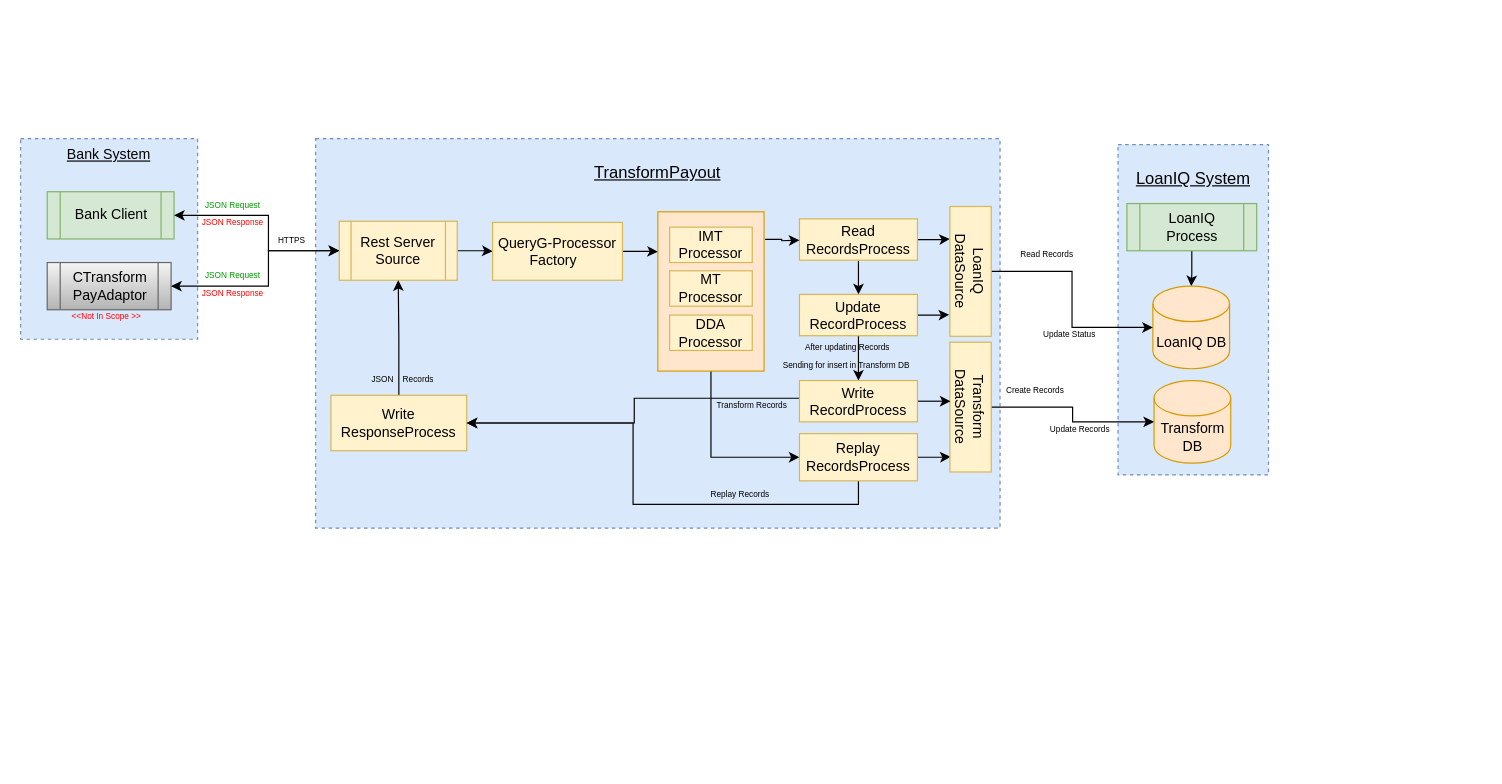
This is page "Page-5" (5 of 6) of NFR_Reliability.drawio from thrivikramarajarao/easy_test_domain, a draw.io file, before an edit. Source tidied: cells renumbered, new cells numbered last; positions are measured from the earlier drawing's top-left corner, leaving out a move shared by most shapes. Both pictures are drawn from the tidied source at 118%, with x=0, y=0 at pixel (20, 138). Pictures stored in the file or linked from it are replaced by grey dashed boxes.
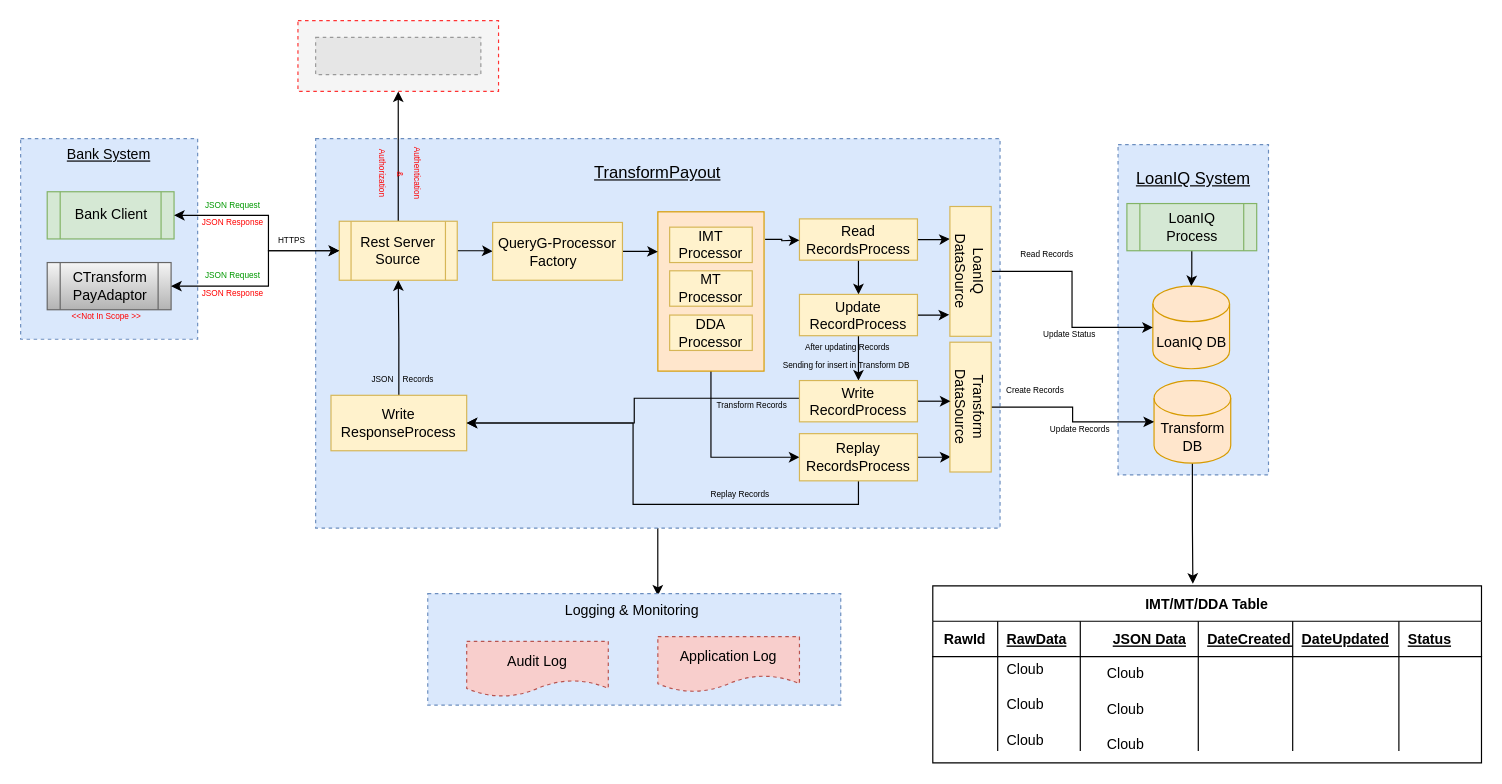
Above is the later version.

The change refers to these unchanged cells:
```xml
<mxCell id="2" value="&lt;h3&gt;&lt;span style=&quot;font-weight: normal&quot;&gt;TransformPayout&lt;/span&gt;&lt;/h3&gt;" style="rounded=0;whiteSpace=wrap;html=1;fillColor=#dae8fc;strokeColor=#6c8ebf;verticalAlign=top;fontStyle=4;dashed=1;" parent="1" vertex="1">
  <mxGeometry x="250" width="580" height="330" as="geometry" />
</mxCell>
<mxCell id="9" value="Transform&lt;br&gt;DB" style="shape=cylinder3;whiteSpace=wrap;html=1;boundedLbl=1;backgroundOutline=1;size=15;fillColor=#ffe6cc;strokeColor=#d79b00;" parent="1" vertex="1">
  <mxGeometry x="960.5" y="205" width="65" height="70" as="geometry" />
</mxCell>
<mxCell id="11" value="Rest Server Source" style="shape=process;whiteSpace=wrap;html=1;backgroundOutline=1;fontFamily=Helvetica;verticalAlign=middle;fillColor=#fff2cc;strokeColor=#d6b656;" parent="1" vertex="1">
  <mxGeometry x="270" y="70" width="100" height="50" as="geometry" />
</mxCell>
```

The edit, as a diff of the source:
```diff
@@
+    <mxCell id="55" style="edgeStyle=orthogonalEdgeStyle;rounded=0;jettySize=auto;html=1;entryX=0.557;entryY=0.019;entryDx=0;entryDy=0;entryPerimeter=0;fontFamily=Helvetica;fontSize=12;fontColor=#000000;startArrow=none;startFill=0;endArrow=classic;endFill=1;" parent="1" edge="1" source="2" target="95">
+      <mxGeometry relative="1" as="geometry" />
+    </mxCell>
@@
+    <mxCell id="56" style="edgeStyle=orthogonalEdgeStyle;rounded=0;jettySize=auto;html=1;entryX=0.474;entryY=-0.012;entryDx=0;entryDy=0;entryPerimeter=0;fontFamily=Helvetica;fontSize=12;fontColor=#000000;startArrow=none;startFill=0;endArrow=classic;endFill=1;" parent="1" edge="1" source="9" target="58">
+      <mxGeometry relative="1" as="geometry" />
+    </mxCell>
@@
+    <mxCell id="57" style="edgeStyle=orthogonalEdgeStyle;rounded=0;jettySize=auto;html=1;fontFamily=Helvetica;fontSize=12;fontColor=#000000;startArrow=none;startFill=0;endArrow=classic;endFill=1;" parent="1" edge="1" source="11" target="93">
+      <mxGeometry relative="1" as="geometry" />
+    </mxCell>
@@
+    <mxCell id="58" value="IMT/MT/DDA Table" style="shape=table;startSize=30;childLayout=tableLayout;rowLines=0;fontStyle=1;align=center;fontFamily=Helvetica;fontSize=12;fontColor=#000000;" parent="1" vertex="1">
+      <mxGeometry x="773" y="379" width="465" height="150" as="geometry" />
+    </mxCell>
+    <mxCell id="59" style="shape=partialRectangle;fillColor=none;top=0;left=0;bottom=1;right=0;fontFamily=Helvetica;fontSize=12;fontColor=#000000;align=center;verticalAlign=middle;" parent="58" vertex="1">
+      <mxGeometry y="30" width="465" height="30" as="geometry" />
+    </mxCell>
+    <mxCell id="60" value="RawId" style="shape=partialRectangle;fillColor=none;top=0;left=0;bottom=0;right=0;fontStyle=1;overflow=hidden;fontFamily=Helvetica;fontSize=12;fontColor=#000000;align=center;verticalAlign=middle;" parent="59" vertex="1">
+      <mxGeometry width="55" height="30" as="geometry" />
+    </mxCell>
+    <mxCell id="61" value="RawData" style="shape=partialRectangle;fillColor=none;top=0;left=0;bottom=0;right=0;align=left;spacingLeft=6;fontStyle=5;overflow=hidden;fontFamily=Helvetica;fontSize=12;fontColor=#000000;" parent="59" vertex="1">
+      <mxGeometry x="55" width="70" height="30" as="geometry" />
+    </mxCell>
+    <mxCell id="62" style="shape=partialRectangle;fillColor=none;top=0;left=0;bottom=0;right=0;align=left;spacingLeft=6;fontStyle=5;overflow=hidden;fontFamily=Helvetica;fontSize=12;fontColor=#000000;" parent="59" vertex="1">
+      <mxGeometry x="125" width="100" height="30" as="geometry" />
+    </mxCell>
+    <mxCell id="63" value="DateCreated " style="shape=partialRectangle;fillColor=none;top=0;left=0;bottom=0;right=0;align=left;spacingLeft=6;fontStyle=5;overflow=hidden;fontFamily=Helvetica;fontSize=12;fontColor=#000000;" parent="59" vertex="1">
+      <mxGeometry x="225" width="80" height="30" as="geometry" />
+    </mxCell>
+    <mxCell id="64" value="DateUpdated" style="shape=partialRectangle;fillColor=none;top=0;left=0;bottom=0;right=0;align=left;spacingLeft=6;fontStyle=5;overflow=hidden;fontFamily=Helvetica;fontSize=12;fontColor=#000000;" parent="59" vertex="1">
+      <mxGeometry x="305" width="90" height="30" as="geometry" />
+    </mxCell>
+    <mxCell id="65" value="Status" style="shape=partialRectangle;fillColor=none;top=0;left=0;bottom=0;right=0;align=left;spacingLeft=6;fontStyle=5;overflow=hidden;fontFamily=Helvetica;fontSize=12;fontColor=#000000;" parent="59" vertex="1">
+      <mxGeometry x="395" width="70" height="30" as="geometry" />
+    </mxCell>
+    <mxCell id="66" style="shape=partialRectangle;fillColor=none;top=0;left=0;bottom=0;right=0;fontFamily=Helvetica;fontSize=12;fontColor=#000000;align=center;verticalAlign=middle;" parent="58" vertex="1">
+      <mxGeometry y="60" width="465" height="20" as="geometry" />
+    </mxCell>
+    <mxCell id="67" style="shape=partialRectangle;fillColor=none;top=0;left=0;bottom=0;right=0;overflow=hidden;fontFamily=Helvetica;fontSize=12;fontColor=#000000;align=center;verticalAlign=middle;" parent="66" vertex="1">
+      <mxGeometry width="55" height="20" as="geometry" />
+    </mxCell>
+    <mxCell id="68" value="Cloub" style="shape=partialRectangle;fillColor=none;top=0;left=0;bottom=0;right=0;align=left;spacingLeft=6;overflow=hidden;fontFamily=Helvetica;fontSize=12;fontColor=#000000;" parent="66" vertex="1">
+      <mxGeometry x="55" width="70" height="20" as="geometry" />
+    </mxCell>
+    <mxCell id="69" style="shape=partialRectangle;fillColor=none;top=0;left=0;bottom=0;right=0;align=left;spacingLeft=6;overflow=hidden;fontFamily=Helvetica;fontSize=12;fontColor=#000000;" parent="66" vertex="1">
+      <mxGeometry x="125" width="100" height="20" as="geometry" />
+    </mxCell>
+    <mxCell id="70" style="shape=partialRectangle;fillColor=none;top=0;left=0;bottom=0;right=0;align=left;spacingLeft=6;overflow=hidden;fontFamily=Helvetica;fontSize=12;fontColor=#000000;" parent="66" vertex="1">
+      <mxGeometry x="225" width="80" height="20" as="geometry" />
+    </mxCell>
+    <mxCell id="71" style="shape=partialRectangle;fillColor=none;top=0;left=0;bottom=0;right=0;align=left;spacingLeft=6;overflow=hidden;fontFamily=Helvetica;fontSize=12;fontColor=#000000;" parent="66" vertex="1">
+      <mxGeometry x="305" width="90" height="20" as="geometry" />
+    </mxCell>
+    <mxCell id="72" style="shape=partialRectangle;fillColor=none;top=0;left=0;bottom=0;right=0;align=left;spacingLeft=6;overflow=hidden;fontFamily=Helvetica;fontSize=12;fontColor=#000000;" parent="66" vertex="1">
+      <mxGeometry x="395" width="70" height="20" as="geometry" />
+    </mxCell>
+    <mxCell id="73" style="shape=partialRectangle;fillColor=none;top=0;left=0;bottom=0;right=0;fontFamily=Helvetica;fontSize=12;fontColor=#000000;align=center;verticalAlign=middle;" parent="58" vertex="1">
+      <mxGeometry y="80" width="465" height="30" as="geometry" />
+    </mxCell>
+    <mxCell id="74" style="shape=partialRectangle;fillColor=none;top=0;left=0;bottom=0;right=0;overflow=hidden;fontFamily=Helvetica;fontSize=12;fontColor=#000000;align=center;verticalAlign=middle;" parent="73" vertex="1">
+      <mxGeometry width="55" height="30" as="geometry" />
+    </mxCell>
+    <mxCell id="75" style="shape=partialRectangle;fillColor=none;top=0;left=0;bottom=0;right=0;align=left;spacingLeft=6;overflow=hidden;fontFamily=Helvetica;fontSize=12;fontColor=#000000;" parent="73" vertex="1">
+      <mxGeometry x="55" width="70" height="30" as="geometry" />
+    </mxCell>
+    <mxCell id="76" style="shape=partialRectangle;fillColor=none;top=0;left=0;bottom=0;right=0;align=left;spacingLeft=6;overflow=hidden;fontFamily=Helvetica;fontSize=12;fontColor=#000000;" parent="73" vertex="1">
+      <mxGeometry x="125" width="100" height="30" as="geometry" />
+    </mxCell>
+    <mxCell id="77" style="shape=partialRectangle;fillColor=none;top=0;left=0;bottom=0;right=0;align=left;spacingLeft=6;overflow=hidden;fontFamily=Helvetica;fontSize=12;fontColor=#000000;" parent="73" vertex="1">
+      <mxGeometry x="225" width="80" height="30" as="geometry" />
+    </mxCell>
+    <mxCell id="78" style="shape=partialRectangle;fillColor=none;top=0;left=0;bottom=0;right=0;align=left;spacingLeft=6;overflow=hidden;fontFamily=Helvetica;fontSize=12;fontColor=#000000;" parent="73" vertex="1">
+      <mxGeometry x="305" width="90" height="30" as="geometry" />
+    </mxCell>
+    <mxCell id="79" style="shape=partialRectangle;fillColor=none;top=0;left=0;bottom=0;right=0;align=left;spacingLeft=6;overflow=hidden;fontFamily=Helvetica;fontSize=12;fontColor=#000000;" parent="73" vertex="1">
+      <mxGeometry x="395" width="70" height="30" as="geometry" />
+    </mxCell>
+    <mxCell id="80" style="shape=partialRectangle;fillColor=none;top=0;left=0;bottom=0;right=0;fontFamily=Helvetica;fontSize=12;fontColor=#000000;align=center;verticalAlign=middle;" parent="58" vertex="1">
+      <mxGeometry y="110" width="465" height="30" as="geometry" />
+    </mxCell>
+    <mxCell id="81" style="shape=partialRectangle;fillColor=none;top=0;left=0;bottom=0;right=0;overflow=hidden;fontFamily=Helvetica;fontSize=12;fontColor=#000000;align=center;verticalAlign=middle;" parent="80" vertex="1">
+      <mxGeometry width="55" height="30" as="geometry" />
+    </mxCell>
+    <mxCell id="82" style="shape=partialRectangle;fillColor=none;top=0;left=0;bottom=0;right=0;align=left;spacingLeft=6;overflow=hidden;fontFamily=Helvetica;fontSize=12;fontColor=#000000;" parent="80" vertex="1">
+      <mxGeometry x="55" width="70" height="30" as="geometry" />
+    </mxCell>
+    <mxCell id="83" style="shape=partialRectangle;fillColor=none;top=0;left=0;bottom=0;right=0;align=left;spacingLeft=6;overflow=hidden;fontFamily=Helvetica;fontSize=12;fontColor=#000000;" parent="80" vertex="1">
+      <mxGeometry x="125" width="100" height="30" as="geometry" />
+    </mxCell>
+    <mxCell id="84" style="shape=partialRectangle;fillColor=none;top=0;left=0;bottom=0;right=0;align=left;spacingLeft=6;overflow=hidden;fontFamily=Helvetica;fontSize=12;fontColor=#000000;" parent="80" vertex="1">
+      <mxGeometry x="225" width="80" height="30" as="geometry" />
+    </mxCell>
+    <mxCell id="85" style="shape=partialRectangle;fillColor=none;top=0;left=0;bottom=0;right=0;align=left;spacingLeft=6;overflow=hidden;fontFamily=Helvetica;fontSize=12;fontColor=#000000;" parent="80" vertex="1">
+      <mxGeometry x="305" width="90" height="30" as="geometry" />
+    </mxCell>
+    <mxCell id="86" style="shape=partialRectangle;fillColor=none;top=0;left=0;bottom=0;right=0;align=left;spacingLeft=6;overflow=hidden;fontFamily=Helvetica;fontSize=12;fontColor=#000000;" parent="80" vertex="1">
+      <mxGeometry x="395" width="70" height="30" as="geometry" />
+    </mxCell>
+    <mxCell id="87" value="JSON Data" style="shape=partialRectangle;fillColor=none;top=0;left=0;bottom=0;right=0;align=left;spacingLeft=6;fontStyle=5;overflow=hidden;fontFamily=Helvetica;fontSize=12;fontColor=#000000;" parent="1" vertex="1">
+      <mxGeometry x="918" y="409" width="80" height="30" as="geometry" />
+    </mxCell>
+    <mxCell id="88" value="Cloub" style="shape=partialRectangle;fillColor=none;top=0;left=0;bottom=0;right=0;align=left;spacingLeft=6;overflow=hidden;fontFamily=Helvetica;fontSize=12;fontColor=#000000;" parent="1" vertex="1">
+      <mxGeometry x="828" y="469" width="80" height="20" as="geometry" />
+    </mxCell>
+    <mxCell id="89" value="Cloub" style="shape=partialRectangle;fillColor=none;top=0;left=0;bottom=0;right=0;align=left;spacingLeft=6;overflow=hidden;fontFamily=Helvetica;fontSize=12;fontColor=#000000;" parent="1" vertex="1">
+      <mxGeometry x="828" y="499" width="80" height="20" as="geometry" />
+    </mxCell>
+    <mxCell id="90" value="Cloub" style="shape=partialRectangle;fillColor=none;top=0;left=0;bottom=0;right=0;align=left;spacingLeft=6;overflow=hidden;fontFamily=Helvetica;fontSize=12;fontColor=#000000;" parent="1" vertex="1">
+      <mxGeometry x="913" y="443" width="80" height="20" as="geometry" />
+    </mxCell>
+    <mxCell id="91" value="Cloub" style="shape=partialRectangle;fillColor=none;top=0;left=0;bottom=0;right=0;align=left;spacingLeft=6;overflow=hidden;fontFamily=Helvetica;fontSize=12;fontColor=#000000;" parent="1" vertex="1">
+      <mxGeometry x="913" y="473" width="80" height="20" as="geometry" />
+    </mxCell>
+    <mxCell id="92" value="Cloub" style="shape=partialRectangle;fillColor=none;top=0;left=0;bottom=0;right=0;align=left;spacingLeft=6;overflow=hidden;fontFamily=Helvetica;fontSize=12;fontColor=#000000;" parent="1" vertex="1">
+      <mxGeometry x="913" y="503" width="80" height="20" as="geometry" />
+    </mxCell>
+    <mxCell id="93" style="rounded=0;whiteSpace=wrap;html=1;fontFamily=Helvetica;fontSize=12;align=center;verticalAlign=middle;fillColor=#f5f5f5;strokeColor=#FF3333;dashed=1;fontColor=#333333;" parent="1" vertex="1">
+      <mxGeometry x="235" y="-100" width="170" height="60" as="geometry" />
+    </mxCell>
+    <mxCell id="94" style="fillColor=#E6E6E6;strokeColor=#999999;dashed=1;verticalLabelPosition=bottom;labelBackgroundColor=#ffffff;verticalAlign=top;" parent="1" vertex="1">
+      <mxGeometry x="250" y="-85.8" width="140" height="31.5" as="geometry" />
+    </mxCell>
+    <mxCell id="95" value="Logging &amp;amp; Monitoring&amp;nbsp;" style="rounded=0;whiteSpace=wrap;html=1;fontFamily=Helvetica;fontSize=12;align=center;verticalAlign=top;fillColor=#dae8fc;strokeColor=#6c8ebf;dashed=1;" parent="1" vertex="1">
+      <mxGeometry x="345" y="385.5" width="350" height="94.5" as="geometry" />
+    </mxCell>
+    <mxCell id="96" value="Audit Log" style="shape=document;whiteSpace=wrap;html=1;boundedLbl=1;fontFamily=Helvetica;fontSize=12;align=center;verticalAlign=middle;fillColor=#f8cecc;strokeColor=#b85450;dashed=1;" parent="1" vertex="1">
+      <mxGeometry x="378" y="426" width="120" height="47" as="geometry" />
+    </mxCell>
+    <mxCell id="97" value="Application Log" style="shape=document;whiteSpace=wrap;html=1;boundedLbl=1;fontFamily=Helvetica;fontSize=12;align=center;verticalAlign=middle;fillColor=#f8cecc;strokeColor=#b85450;dashed=1;" parent="1" vertex="1">
+      <mxGeometry x="540" y="422" width="120" height="47" as="geometry" />
+    </mxCell>
+    <mxCell id="98" value="&lt;span style=&quot;font-size: 7px&quot;&gt;Authentication&amp;nbsp; &lt;br&gt;&amp;amp;&lt;/span&gt;&lt;span style=&quot;font-size: 7px&quot;&gt;&lt;br&gt;Authorization&amp;nbsp;&lt;/span&gt;" style="text;html=1;strokeColor=none;fillColor=none;align=center;verticalAlign=middle;whiteSpace=wrap;rounded=0;dashed=1;fontFamily=Helvetica;fontColor=#FF0000;rotation=90;" parent="1" vertex="1">
+      <mxGeometry x="283.5" y="15" width="80" height="30" as="geometry" />
+    </mxCell>
```
